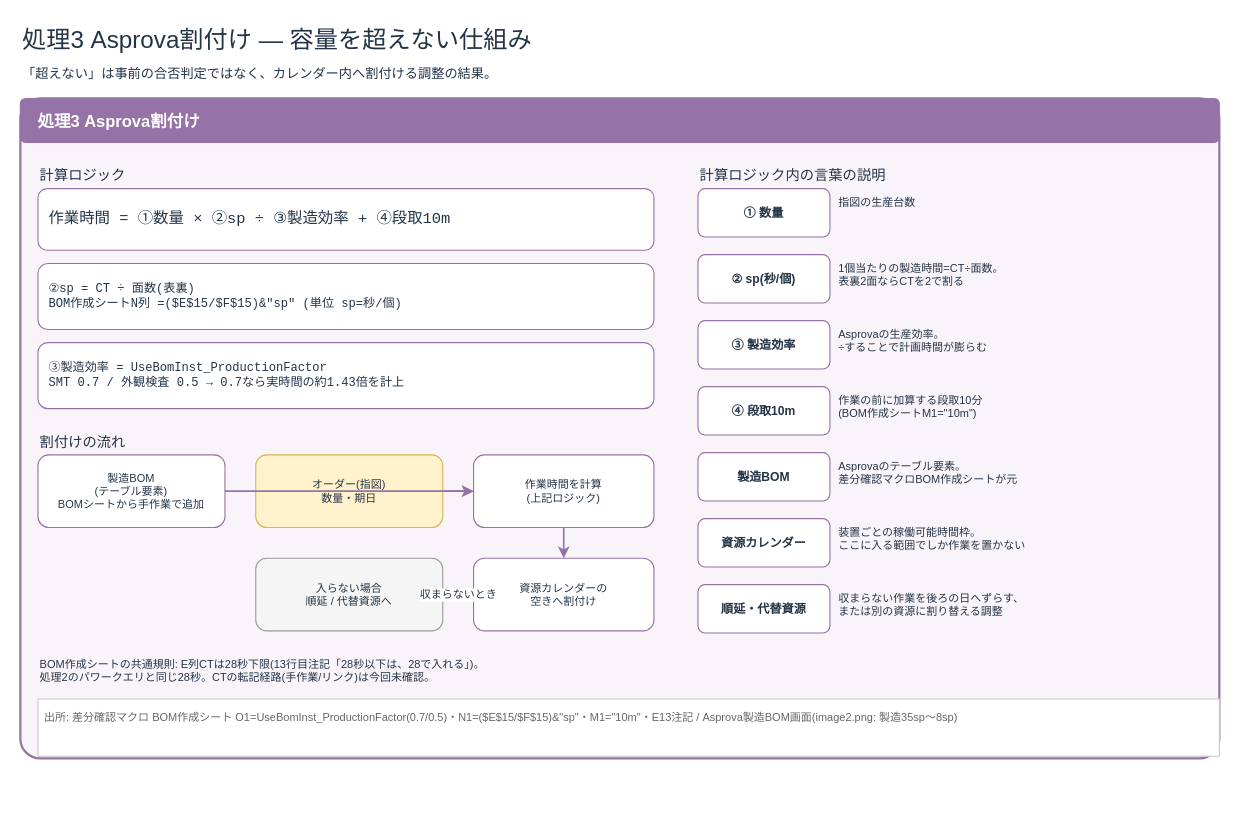
This is page "4_処理3_Asprova割付け" (4 of 6) of 20261016_鹿島引き込みExcel分析/負荷計算の処理内容.drawio from nk-shino/work_vault, a draw.io file, before an edit. Source tidied: cells renumbered, new cells numbered last; positions are measured from the earlier drawing's top-left corner, leaving out a move shared by most shapes. Both pictures are drawn from the tidied source at 110%, with x=0, y=0 at pixel (20, 19).
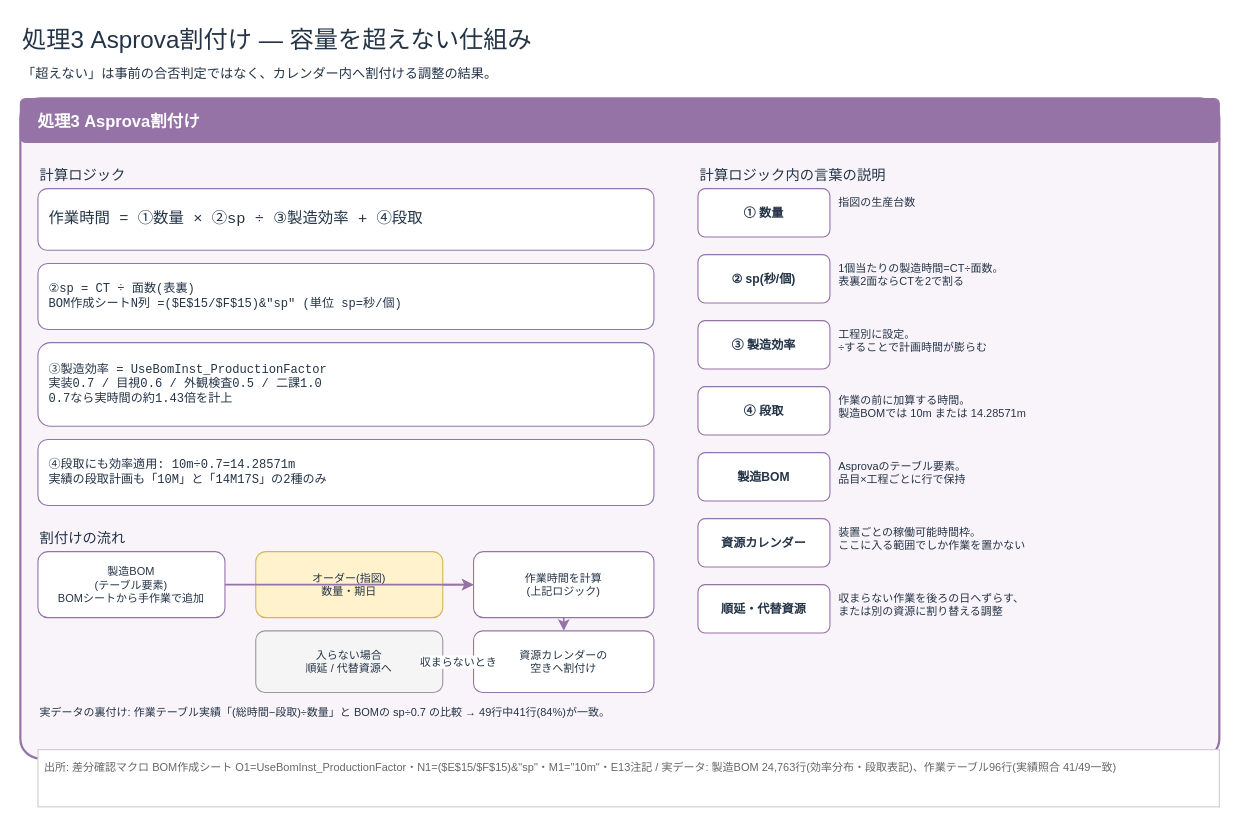
After the change.

Diff of the diagram source:
```diff
@@
-    <mxCell id="7" value="作業時間 = ①数量 × ②sp ÷ ③製造効率 + ④段取10m" style="rounded=1;whiteSpace=wrap;html=1;fillColor=#FFFFFF;strokeColor=#9673A6;fontColor=#243447;fontSize=14;fontFamily=Courier New;align=left;spacing=10;verticalAlign=middle;" parent="1" vertex="1">
+    <mxCell id="7" value="作業時間 = ①数量 × ②sp ÷ ③製造効率 + ④段取" style="rounded=1;whiteSpace=wrap;html=1;fillColor=#FFFFFF;strokeColor=#9673A6;fontColor=#243447;fontSize=14;fontFamily=Courier New;align=left;spacing=10;verticalAlign=middle;" parent="1" vertex="1">
       <mxGeometry x="16" y="154" width="560" height="56" as="geometry" />
     </mxCell>
@@
-    <mxCell id="9" value="③製造効率 = UseBomInst_ProductionFactor&lt;br&gt;   SMT 0.7 / 外観検査 0.5 → 0.7なら実時間の約1.43倍を計上" style="rounded=1;whiteSpace=wrap;html=1;fillColor=#FFFFFF;strokeColor=#9673A6;fontColor=#243447;fontSize=11;fontFamily=Courier New;align=left;spacing=10;verticalAlign=middle;" parent="1" vertex="1">
-      <mxGeometry x="16" y="294" width="560" height="60" as="geometry" />
+    <mxCell id="9" value="③製造効率 = UseBomInst_ProductionFactor&lt;br&gt;   実装0.7 / 目視0.6 / 外観検査0.5 / 二課1.0&lt;br&gt;   0.7なら実時間の約1.43倍を計上" style="rounded=1;whiteSpace=wrap;html=1;fillColor=#FFFFFF;strokeColor=#9673A6;fontColor=#243447;fontSize=11;fontFamily=Courier New;align=left;spacing=10;verticalAlign=middle;" parent="1" vertex="1">
+      <mxGeometry x="16" y="294" width="560" height="76" as="geometry" />
     </mxCell>
+    <mxCell id="37" value="④段取にも効率適用: 10m÷0.7=14.28571m&lt;br&gt;   実績の段取計画も「10M」と「14M17S」の2種のみ" style="rounded=1;whiteSpace=wrap;html=1;fillColor=#FFFFFF;strokeColor=#9673A6;fontColor=#243447;fontSize=11;fontFamily=Courier New;align=left;spacing=10;verticalAlign=middle;" parent="1" vertex="1">
+      <mxGeometry x="16" y="382" width="560" height="60" as="geometry" />
+    </mxCell>
     <mxCell id="10" value="割付けの流れ" style="text;html=1;fontSize=13;fontColor=#243447;align=left;verticalAlign=top;whiteSpace=wrap;spacing=2;" parent="1" vertex="1">
-      <mxGeometry x="16" y="370" width="560" height="22" as="geometry" />
+      <mxGeometry x="16" y="458" width="560" height="22" as="geometry" />
     </mxCell>
     <mxCell id="11" value="製造BOM&lt;br&gt;(テーブル要素)&lt;br&gt;BOMシートから手作業で追加" style="rounded=1;whiteSpace=wrap;html=1;fillColor=#FFFFFF;strokeColor=#9673A6;fontColor=#243447;fontSize=10;" parent="1" vertex="1">
-      <mxGeometry x="16" y="396" width="170" height="66" as="geometry" />
+      <mxGeometry x="16" y="484" width="170" height="60" as="geometry" />
     </mxCell>
     <mxCell id="12" value="オーダー(指図)&lt;br&gt;数量・期日" style="rounded=1;whiteSpace=wrap;html=1;fillColor=#FFF2CC;strokeColor=#D6B656;fontColor=#243447;fontSize=10;" parent="1" vertex="1">
-      <mxGeometry x="214" y="396" width="170" height="66" as="geometry" />
+      <mxGeometry x="214" y="484" width="170" height="60" as="geometry" />
     </mxCell>
     <mxCell id="13" value="作業時間を計算&lt;br&gt;(上記ロジック)" style="rounded=1;whiteSpace=wrap;html=1;fillColor=#FFFFFF;strokeColor=#9673A6;fontColor=#243447;fontSize=10;" parent="1" vertex="1">
-      <mxGeometry x="412" y="396" width="164" height="66" as="geometry" />
+      <mxGeometry x="412" y="484" width="164" height="60" as="geometry" />
     </mxCell>
     <mxCell id="14" value="資源カレンダーの&lt;br&gt;空きへ割付け" style="rounded=1;whiteSpace=wrap;html=1;fillColor=#FFFFFF;strokeColor=#9673A6;fontColor=#243447;fontSize=10;" parent="1" vertex="1">
-      <mxGeometry x="412" y="490" width="164" height="66" as="geometry" />
+      <mxGeometry x="412" y="556" width="164" height="56" as="geometry" />
     </mxCell>
     <mxCell id="15" value="入らない場合&lt;br&gt;順延 / 代替資源へ" style="rounded=1;whiteSpace=wrap;html=1;fillColor=#F5F5F5;strokeColor=#999999;fontColor=#243447;fontSize=10;" parent="1" vertex="1">
-      <mxGeometry x="214" y="490" width="170" height="66" as="geometry" />
+      <mxGeometry x="214" y="556" width="170" height="56" as="geometry" />
     </mxCell>
@@
-    <mxCell id="20" value="BOM作成シートの共通規則: E列CTは28秒下限(13行目注記「28秒以下は、28で入れる」)。&lt;br&gt;処理2のパワークエリと同じ28秒。CTの転記経路(手作業/リンク)は今回未確認。" style="text;html=1;fontSize=10;fontColor=#243447;align=left;verticalAlign=top;whiteSpace=wrap;spacing=2;" parent="1" vertex="1">
-      <mxGeometry x="16" y="574" width="560" height="60" as="geometry" />
+    <mxCell id="20" value="実データの裏付け: 作業テーブル実績「(総時間−段取)÷数量」と BOMの sp÷0.7 の比較 → 49行中41行(84%)が一致。" style="text;html=1;fontSize=10;fontColor=#243447;align=left;verticalAlign=top;whiteSpace=wrap;spacing=2;" parent="1" vertex="1">
+      <mxGeometry x="16" y="618" width="560" height="40" as="geometry" />
     </mxCell>
@@
-    <mxCell id="27" value="Asprovaの生産効率。&lt;br&gt;÷することで計画時間が膨らむ" style="text;html=1;fontSize=10;fontColor=#243447;align=left;verticalAlign=top;whiteSpace=wrap;spacing=2;" parent="1" vertex="1">
+    <mxCell id="27" value="工程別に設定。&lt;br&gt;÷することで計画時間が膨らむ" style="text;html=1;fontSize=10;fontColor=#243447;align=left;verticalAlign=top;whiteSpace=wrap;spacing=2;" parent="1" vertex="1">
       <mxGeometry x="742" y="274" width="334" height="44" as="geometry" />
     </mxCell>
-    <mxCell id="28" value="④ 段取10m" style="rounded=1;whiteSpace=wrap;html=1;fillColor=#FFFFFF;strokeColor=#9673A6;fontColor=#243447;fontSize=11;fontStyle=1;" parent="1" vertex="1">
+    <mxCell id="28" value="④ 段取" style="rounded=1;whiteSpace=wrap;html=1;fillColor=#FFFFFF;strokeColor=#9673A6;fontColor=#243447;fontSize=11;fontStyle=1;" parent="1" vertex="1">
       <mxGeometry x="616" y="334" width="120" height="44" as="geometry" />
     </mxCell>
-    <mxCell id="29" value="作業の前に加算する段取10分&lt;br&gt;(BOM作成シートM1=&quot;10m&quot;)" style="text;html=1;fontSize=10;fontColor=#243447;align=left;verticalAlign=top;whiteSpace=wrap;spacing=2;" parent="1" vertex="1">
+    <mxCell id="29" value="作業の前に加算する時間。&lt;br&gt;製造BOMでは 10m または 14.28571m" style="text;html=1;fontSize=10;fontColor=#243447;align=left;verticalAlign=top;whiteSpace=wrap;spacing=2;" parent="1" vertex="1">
       <mxGeometry x="742" y="334" width="334" height="44" as="geometry" />
     </mxCell>
@@
-    <mxCell id="31" value="Asprovaのテーブル要素。&lt;br&gt;差分確認マクロBOM作成シートが元" style="text;html=1;fontSize=10;fontColor=#243447;align=left;verticalAlign=top;whiteSpace=wrap;spacing=2;" parent="1" vertex="1">
+    <mxCell id="31" value="Asprovaのテーブル要素。&lt;br&gt;品目×工程ごとに行で保持" style="text;html=1;fontSize=10;fontColor=#243447;align=left;verticalAlign=top;whiteSpace=wrap;spacing=2;" parent="1" vertex="1">
       <mxGeometry x="742" y="394" width="334" height="44" as="geometry" />
     </mxCell>
@@
-    <mxCell id="36" value="出所: 差分確認マクロ BOM作成シート O1=UseBomInst_ProductionFactor(0.7/0.5)・N1=($E$15/$F$15)&amp;&quot;sp&quot;・M1=&quot;10m&quot;・E13注記 / Asprova製造BOM画面(image2.png: 製造35sp〜8sp)" style="rounded=0;whiteSpace=wrap;html=1;fillColor=#FFFFFF;strokeColor=#CCCCCC;fontColor=#666666;fontSize=10;align=left;spacing=6;verticalAlign=top;" parent="1" vertex="1">
-      <mxGeometry x="16" y="618" width="1074" height="52" as="geometry" />
+    <mxCell id="36" value="出所: 差分確認マクロ BOM作成シート O1=UseBomInst_ProductionFactor・N1=($E$15/$F$15)&amp;&quot;sp&quot;・M1=&quot;10m&quot;・E13注記 / 実データ: 製造BOM 24,763行(効率分布・段取表記)、作業テーブル96行(実績照合 41/49一致)" style="rounded=0;whiteSpace=wrap;html=1;fillColor=#FFFFFF;strokeColor=#CCCCCC;fontColor=#666666;fontSize=10;align=left;spacing=6;verticalAlign=top;" parent="1" vertex="1">
+      <mxGeometry x="16" y="664" width="1074" height="52" as="geometry" />
     </mxCell>
```
